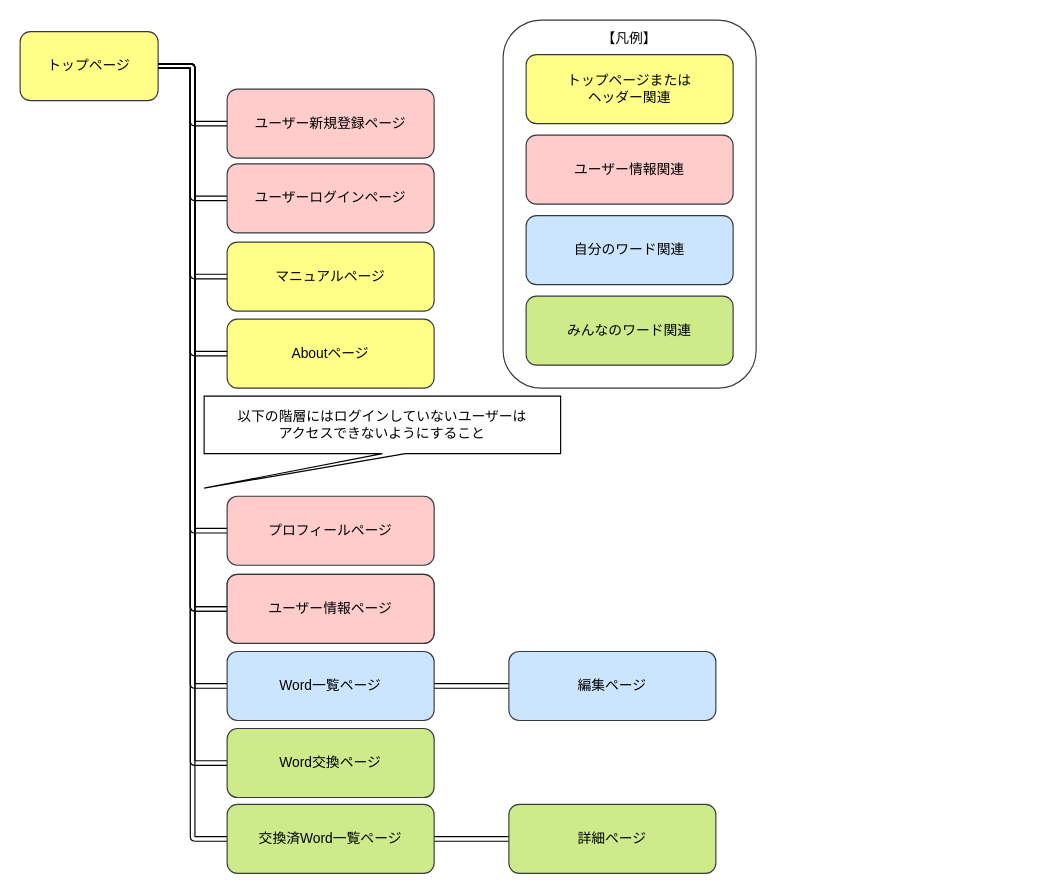
This is 画面遷移図.dio from portfoliokns/word_experience, a draw.io file, before an edit. Source tidied: cells renumbered, new cells numbered last; positions are measured from the earlier drawing's top-left corner, leaving out a move shared by most shapes. Both pictures are drawn from the tidied source at 115%, with x=0, y=0 at pixel (20, 20).
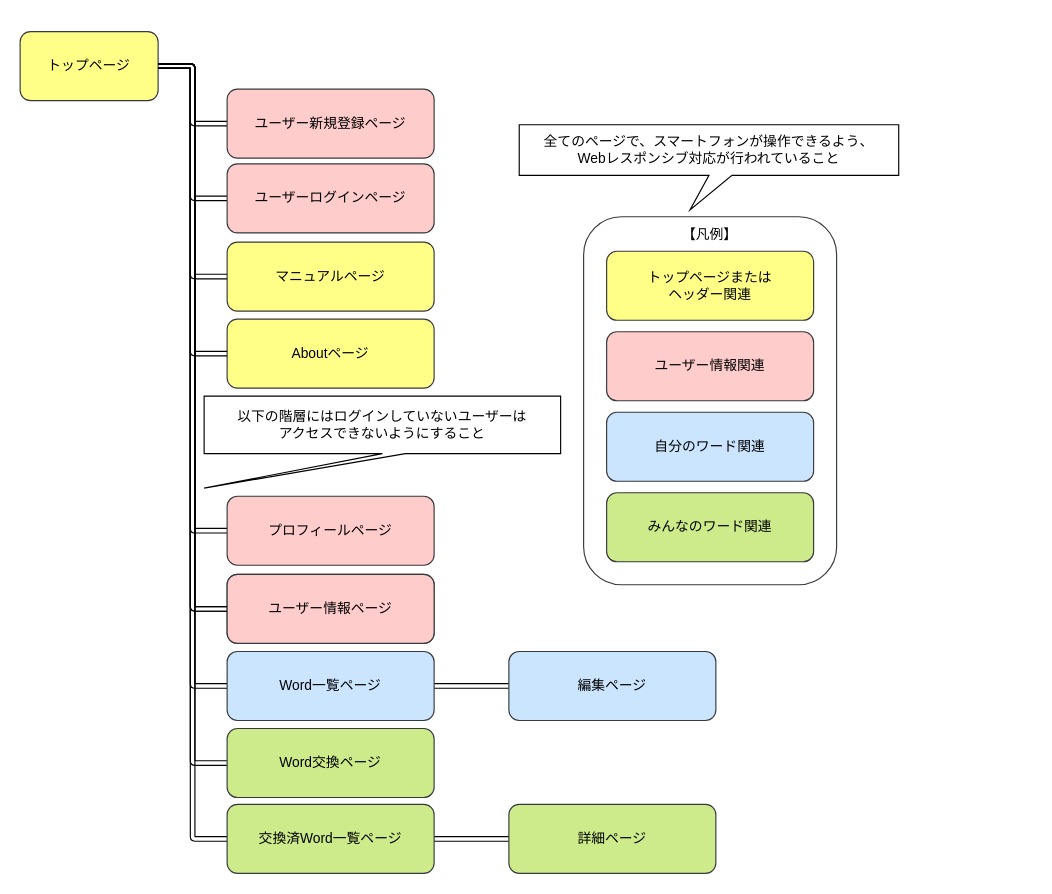
Above is the later version.

Commit message:
画面遷移図にWebレスポンシブ対応に関する記述を追加

What changed in the source:
```diff
@@
     <mxCell id="26" style="group;" parent="1" vertex="1">
-      <mxGeometry x="420" width="220" height="320" as="geometry" />
+      <mxGeometry x="490" y="171" width="390" height="320" as="geometry" />
     </mxCell>
@@
+    <mxCell id="34" value="全てのページで、スマートフォンが操作できるよう、&lt;br&gt;Webレスポンシブ対応が行われていること" style="shape=callout;whiteSpace=wrap;html=1;perimeter=calloutPerimeter;fontColor=#000000;fillColor=#FFFFFF;position2=0.45;" parent="1" vertex="1">
+      <mxGeometry x="434" y="91" width="330" height="74" as="geometry" />
+    </mxCell>
```
